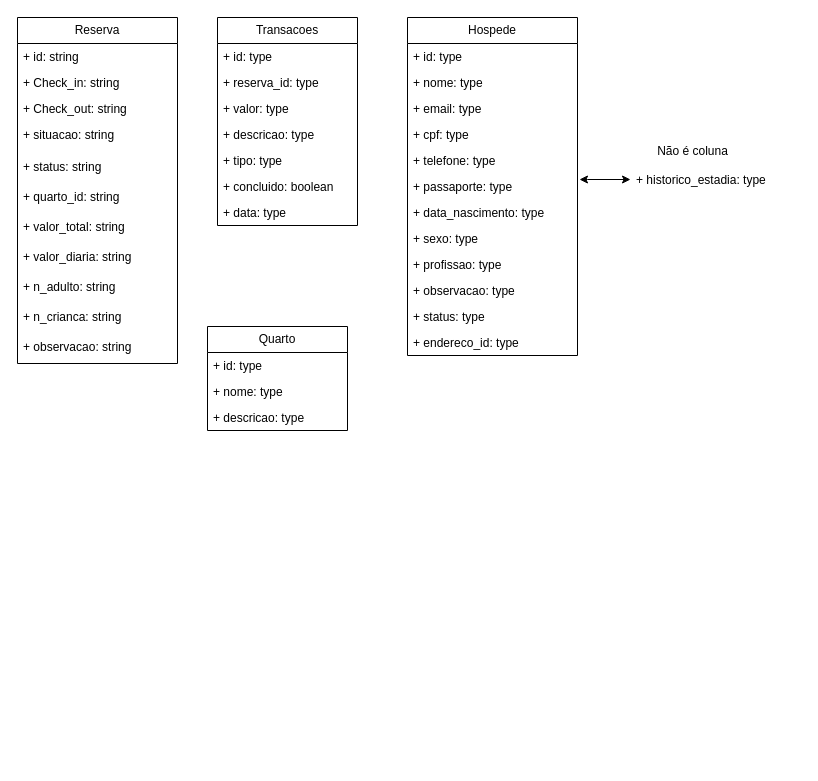
Before: page "Hotel" (5 of 6) of Tabelas.drawio in FSOFTSistemas/lago_sao_francisco, a draw.io diagram. Source tidied: cells renumbered, new cells numbered last; positions are measured from the earlier drawing's top-left corner, leaving out a move shared by most shapes. Both pictures are drawn from the tidied source at 100%, with x=0, y=0 at pixel (17, 17).
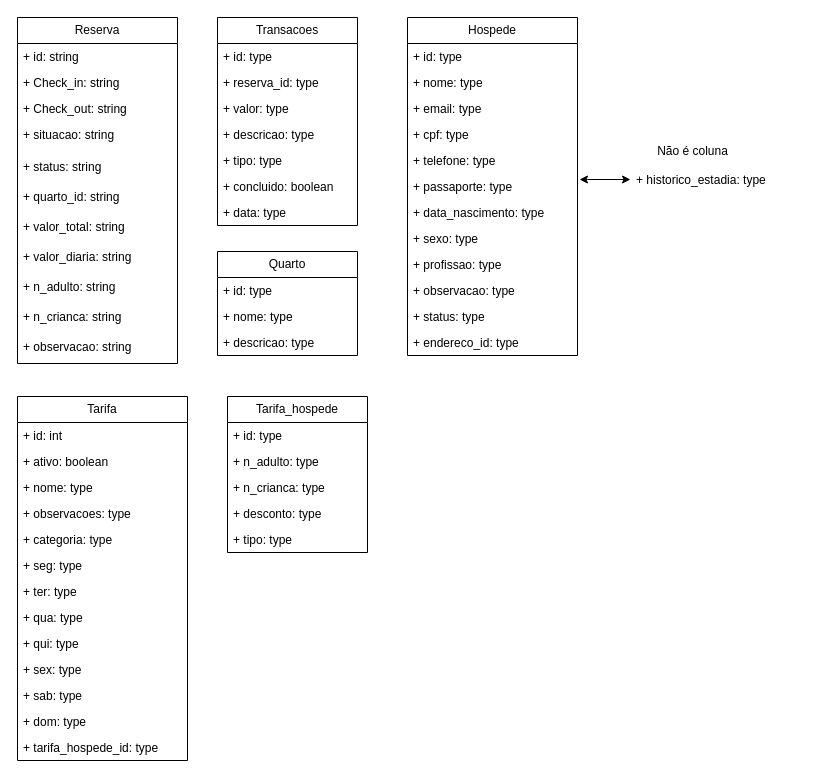
The same diagram, later.

What changed in the source:
```diff
@@
     <mxCell id="35" value="Quarto" style="swimlane;fontStyle=0;horizontal=1;startSize=26;fillColor=none;whiteSpace=wrap;html=1;" parent="1" vertex="1">
-      <mxGeometry x="190" y="309" width="140" height="104" as="geometry" />
+      <mxGeometry x="200" y="234" width="140" height="104" as="geometry" />
     </mxCell>
@@
+    <mxCell id="42" value="Tarifa" style="swimlane;fontStyle=0;horizontal=1;startSize=26;fillColor=none;whiteSpace=wrap;html=1;" parent="1" vertex="1">
+      <mxGeometry y="379" width="170" height="364" as="geometry" />
+    </mxCell>
+    <mxCell id="43" value="+ id: int" style="text;strokeColor=none;fillColor=none;align=left;verticalAlign=top;spacingLeft=4;spacingRight=4;overflow=hidden;whiteSpace=wrap;html=1;" parent="42" vertex="1">
+      <mxGeometry y="26" width="170" height="26" as="geometry" />
+    </mxCell>
+    <mxCell id="44" value="+ ativo: boolean" style="text;strokeColor=none;fillColor=none;align=left;verticalAlign=top;spacingLeft=4;spacingRight=4;overflow=hidden;whiteSpace=wrap;html=1;" parent="42" vertex="1">
+      <mxGeometry y="52" width="170" height="26" as="geometry" />
+    </mxCell>
+    <mxCell id="45" value="+ nome: type" style="text;strokeColor=none;fillColor=none;align=left;verticalAlign=top;spacingLeft=4;spacingRight=4;overflow=hidden;whiteSpace=wrap;html=1;" parent="42" vertex="1">
+      <mxGeometry y="78" width="170" height="26" as="geometry" />
+    </mxCell>
+    <mxCell id="46" value="+ observacoes: type" style="text;strokeColor=none;fillColor=none;align=left;verticalAlign=top;spacingLeft=4;spacingRight=4;overflow=hidden;whiteSpace=wrap;html=1;" parent="42" vertex="1">
+      <mxGeometry y="104" width="170" height="26" as="geometry" />
+    </mxCell>
+    <mxCell id="47" value="+ categoria: type" style="text;strokeColor=none;fillColor=none;align=left;verticalAlign=top;spacingLeft=4;spacingRight=4;overflow=hidden;whiteSpace=wrap;html=1;" parent="42" vertex="1">
+      <mxGeometry y="130" width="170" height="26" as="geometry" />
+    </mxCell>
+    <mxCell id="48" value="+ seg: type" style="text;strokeColor=none;fillColor=none;align=left;verticalAlign=top;spacingLeft=4;spacingRight=4;overflow=hidden;whiteSpace=wrap;html=1;" parent="42" vertex="1">
+      <mxGeometry y="156" width="170" height="26" as="geometry" />
+    </mxCell>
+    <mxCell id="49" value="+ ter: type" style="text;strokeColor=none;fillColor=none;align=left;verticalAlign=top;spacingLeft=4;spacingRight=4;overflow=hidden;whiteSpace=wrap;html=1;" parent="42" vertex="1">
+      <mxGeometry y="182" width="170" height="26" as="geometry" />
+    </mxCell>
+    <mxCell id="50" value="+ qua: type" style="text;strokeColor=none;fillColor=none;align=left;verticalAlign=top;spacingLeft=4;spacingRight=4;overflow=hidden;whiteSpace=wrap;html=1;" parent="42" vertex="1">
+      <mxGeometry y="208" width="170" height="26" as="geometry" />
+    </mxCell>
+    <mxCell id="51" value="+ qui: type" style="text;strokeColor=none;fillColor=none;align=left;verticalAlign=top;spacingLeft=4;spacingRight=4;overflow=hidden;whiteSpace=wrap;html=1;" parent="42" vertex="1">
+      <mxGeometry y="234" width="170" height="26" as="geometry" />
+    </mxCell>
+    <mxCell id="52" value="+ sex: type" style="text;strokeColor=none;fillColor=none;align=left;verticalAlign=top;spacingLeft=4;spacingRight=4;overflow=hidden;whiteSpace=wrap;html=1;" parent="42" vertex="1">
+      <mxGeometry y="260" width="170" height="26" as="geometry" />
+    </mxCell>
+    <mxCell id="53" value="+ sab: type" style="text;strokeColor=none;fillColor=none;align=left;verticalAlign=top;spacingLeft=4;spacingRight=4;overflow=hidden;whiteSpace=wrap;html=1;" parent="42" vertex="1">
+      <mxGeometry y="286" width="170" height="26" as="geometry" />
+    </mxCell>
+    <mxCell id="54" value="+ dom: type" style="text;strokeColor=none;fillColor=none;align=left;verticalAlign=top;spacingLeft=4;spacingRight=4;overflow=hidden;whiteSpace=wrap;html=1;" parent="42" vertex="1">
+      <mxGeometry y="312" width="170" height="26" as="geometry" />
+    </mxCell>
+    <mxCell id="55" value="+ tarifa_hospede_id: type" style="text;strokeColor=none;fillColor=none;align=left;verticalAlign=top;spacingLeft=4;spacingRight=4;overflow=hidden;whiteSpace=wrap;html=1;" parent="42" vertex="1">
+      <mxGeometry y="338" width="170" height="26" as="geometry" />
+    </mxCell>
+    <mxCell id="56" value="Tarifa_hospede" style="swimlane;fontStyle=0;horizontal=1;startSize=26;fillColor=none;whiteSpace=wrap;html=1;" parent="1" vertex="1">
+      <mxGeometry x="210" y="379" width="140" height="156" as="geometry" />
+    </mxCell>
+    <mxCell id="57" value="+ id: type" style="text;strokeColor=none;fillColor=none;align=left;verticalAlign=top;spacingLeft=4;spacingRight=4;overflow=hidden;whiteSpace=wrap;html=1;" parent="56" vertex="1">
+      <mxGeometry y="26" width="140" height="26" as="geometry" />
+    </mxCell>
+    <mxCell id="58" value="+ n_adulto: type" style="text;strokeColor=none;fillColor=none;align=left;verticalAlign=top;spacingLeft=4;spacingRight=4;overflow=hidden;whiteSpace=wrap;html=1;" parent="56" vertex="1">
+      <mxGeometry y="52" width="140" height="26" as="geometry" />
+    </mxCell>
+    <mxCell id="59" value="+ n_crianca: type" style="text;strokeColor=none;fillColor=none;align=left;verticalAlign=top;spacingLeft=4;spacingRight=4;overflow=hidden;whiteSpace=wrap;html=1;" parent="56" vertex="1">
+      <mxGeometry y="78" width="140" height="26" as="geometry" />
+    </mxCell>
+    <mxCell id="60" value="+ desconto: type" style="text;strokeColor=none;fillColor=none;align=left;verticalAlign=top;spacingLeft=4;spacingRight=4;overflow=hidden;whiteSpace=wrap;html=1;" parent="56" vertex="1">
+      <mxGeometry y="104" width="140" height="26" as="geometry" />
+    </mxCell>
+    <mxCell id="61" value="+ tipo: type" style="text;strokeColor=none;fillColor=none;align=left;verticalAlign=top;spacingLeft=4;spacingRight=4;overflow=hidden;whiteSpace=wrap;html=1;" parent="56" vertex="1">
+      <mxGeometry y="130" width="140" height="26" as="geometry" />
+    </mxCell>
```
